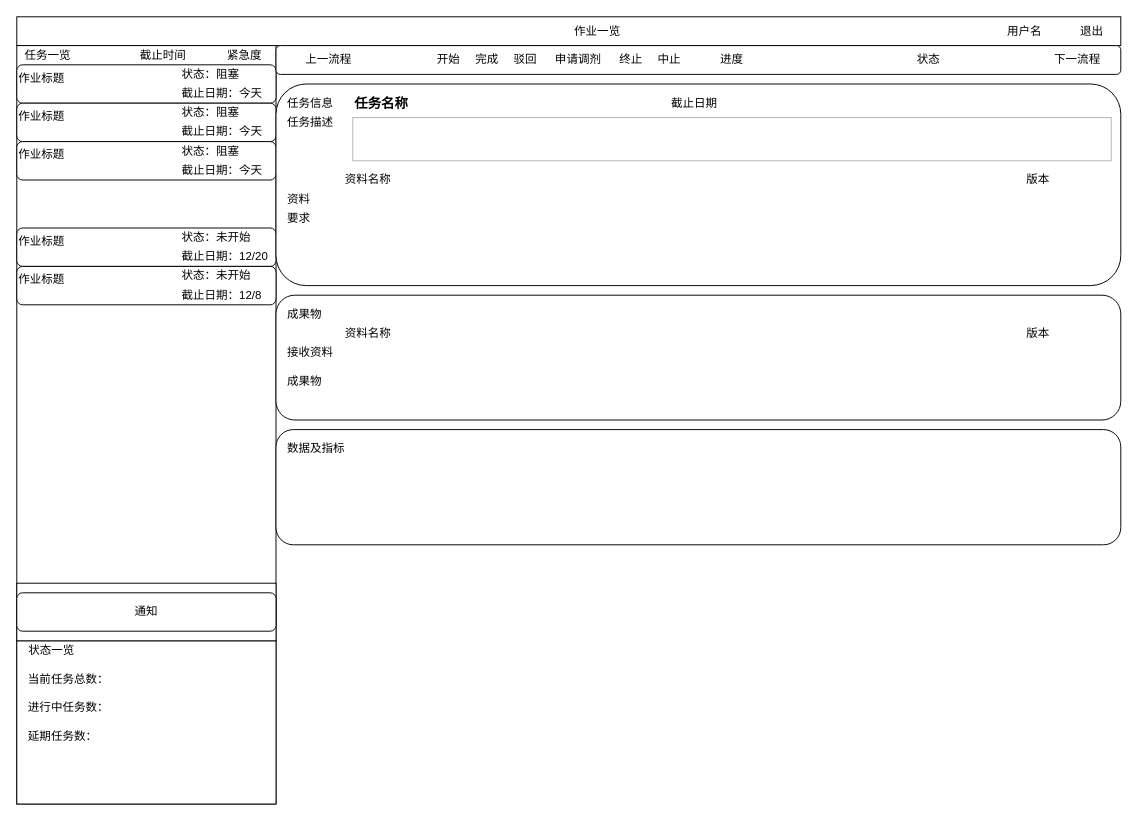
The draw.io diagram page "user-projects" (18 of 18) of project-in-action/software-develop-management-system/doc/design/ui/sdms.drawio in callistoctopus/project-all-in-one, before the edit. Source tidied: cells renumbered, new cells numbered last; positions are measured from the earlier drawing's top-left corner, leaving out a move shared by most shapes. Both pictures are drawn from the tidied source at 96%, with x=0, y=0 at pixel (16, 16).
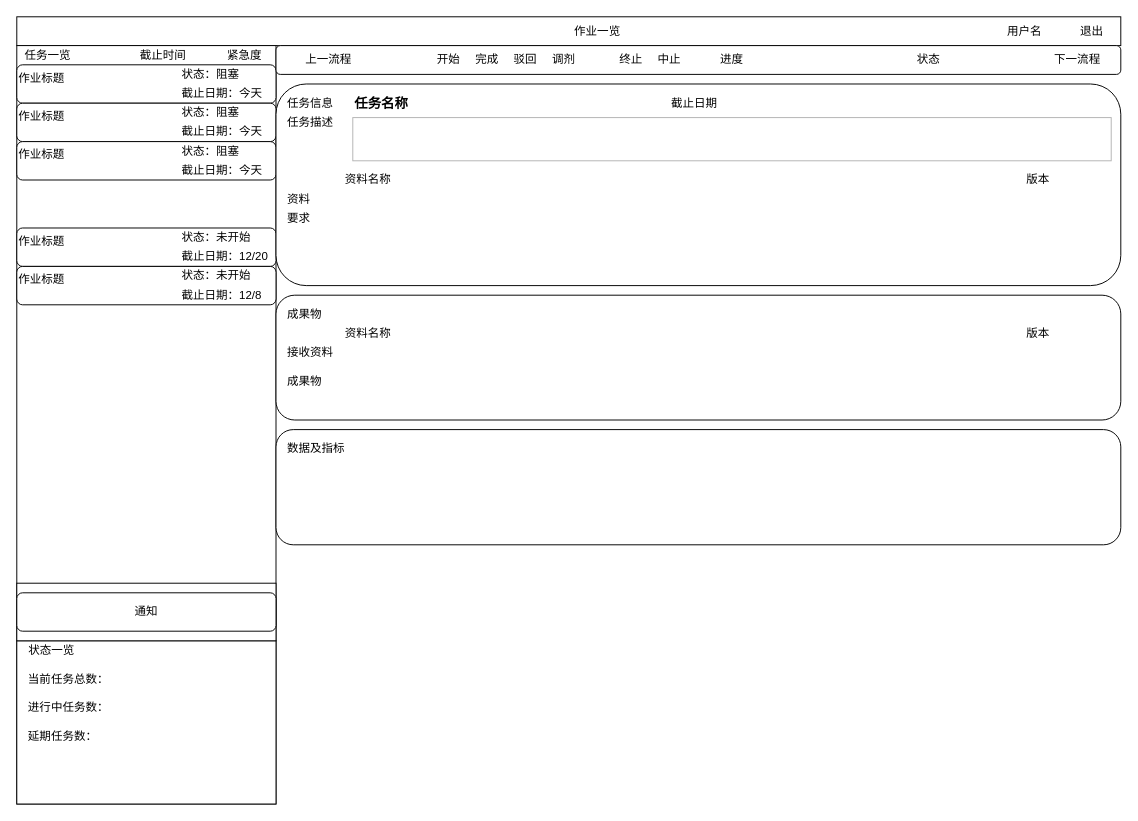
The same diagram, later.

The edit, as a diff of the source:
```diff
@@
-    <mxCell id="33" value="申请调剂" style="text;html=1;strokeColor=none;fillColor=none;align=center;verticalAlign=middle;whiteSpace=wrap;rounded=0;" parent="1" vertex="1">
-      <mxGeometry x="550" y="35" width="70" height="20" as="geometry" />
+    <mxCell id="33" value="调剂" style="text;html=1;strokeColor=none;fillColor=none;align=center;verticalAlign=middle;whiteSpace=wrap;rounded=0;" parent="1" vertex="1">
+      <mxGeometry x="555" y="35" width="30" height="20" as="geometry" />
     </mxCell>
```
